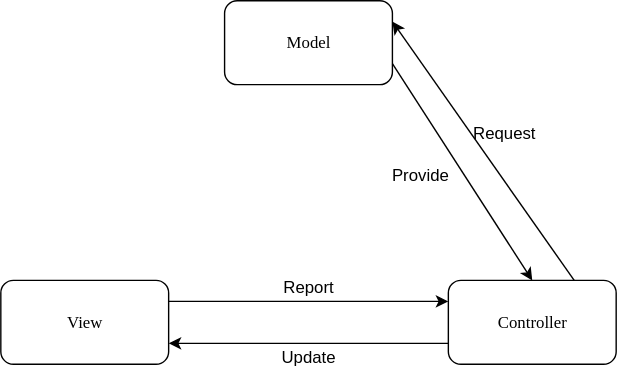
This is Writerside/images/MVC.svg from Zhen-LinHuo/era-engine-documents, a draw.io export, as it was before one commit. Source tidied: cells renumbered, new cells last; positions are measured from the earlier drawing's top-left corner, leaving out a move shared by most shapes.
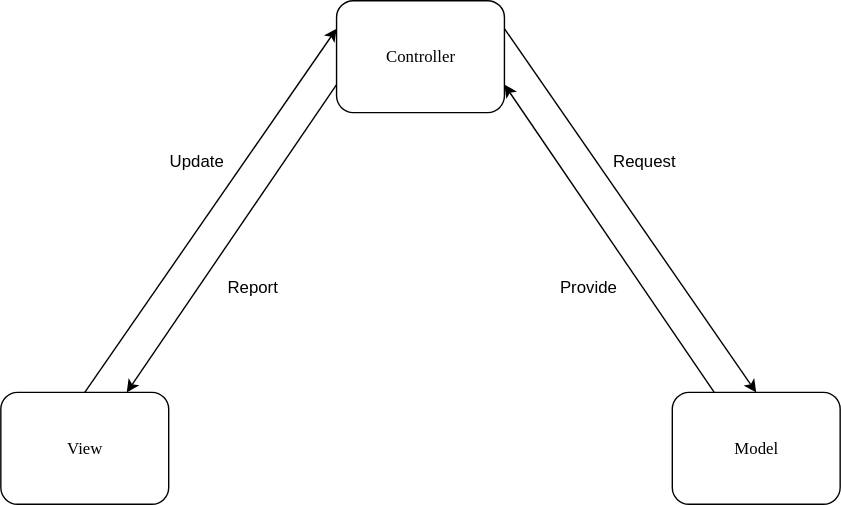
Above is the later version.

Commit message:
Update: Refine figures

Diff of the diagram source:
```diff
@@ -3,37 +3,37 @@
     <mxCell id="0" />
     <mxCell id="1" parent="0" />
     <mxCell id="2" value="Model" style="rounded=1;whiteSpace=wrap;html=1;fontFamily=Maple Mono Normal NF CN;" parent="1" vertex="1">
-      <mxGeometry x="160" width="120" height="60" as="geometry" />
+      <mxGeometry x="400" y="200" width="120" height="80" as="geometry" />
     </mxCell>
     <mxCell id="3" value="View" style="rounded=1;whiteSpace=wrap;html=1;fontFamily=Maple Mono Normal NF CN;" parent="1" vertex="1">
-      <mxGeometry y="200" width="120" height="60" as="geometry" />
+      <mxGeometry x="-80" y="200" width="120" height="80" as="geometry" />
     </mxCell>
     <mxCell id="4" value="Controller" style="rounded=1;whiteSpace=wrap;html=1;fontFamily=Maple Mono Normal NF CN;" parent="1" vertex="1">
-      <mxGeometry x="320" y="200" width="120" height="60" as="geometry" />
+      <mxGeometry x="160" y="-80" width="120" height="80" as="geometry" />
     </mxCell>
-    <mxCell id="5" style="endArrow=classic;html=1;rounded=0;exitX=1;exitY=0.25;exitDx=0;exitDy=0;entryX=0;entryY=0.25;entryDx=0;entryDy=0;" parent="1" edge="1" source="3" target="4">
+    <mxCell id="5" style="endArrow=classic;html=1;rounded=0;exitX=0.5;exitY=0;exitDx=0;exitDy=0;entryX=0;entryY=0.25;entryDx=0;entryDy=0;" parent="1" edge="1" source="3" target="4">
       <mxGeometry relative="1" as="geometry" />
     </mxCell>
-    <mxCell id="6" style="endArrow=classic;html=1;rounded=0;entryX=1;entryY=0.75;entryDx=0;entryDy=0;exitX=0;exitY=0.75;exitDx=0;exitDy=0;" parent="1" edge="1" source="4" target="3">
+    <mxCell id="6" style="endArrow=classic;html=1;rounded=0;entryX=0.75;entryY=0;entryDx=0;entryDy=0;exitX=0;exitY=0.75;exitDx=0;exitDy=0;" parent="1" edge="1" source="4" target="3">
       <mxGeometry relative="1" as="geometry" />
     </mxCell>
-    <mxCell id="7" style="endArrow=classic;html=1;rounded=0;exitX=0.75;exitY=0;exitDx=0;exitDy=0;entryX=1;entryY=0.25;entryDx=0;entryDy=0;" parent="1" edge="1" source="4" target="2">
+    <mxCell id="7" style="endArrow=classic;html=1;rounded=0;exitX=1;exitY=0.25;exitDx=0;exitDy=0;entryX=0.5;entryY=0;entryDx=0;entryDy=0;" parent="1" edge="1" source="4" target="2">
       <mxGeometry relative="1" as="geometry" />
     </mxCell>
-    <mxCell id="8" style="endArrow=classic;html=1;rounded=0;entryX=0.5;entryY=0;entryDx=0;entryDy=0;exitX=1;exitY=0.75;exitDx=0;exitDy=0;" parent="1" edge="1" source="2" target="4">
+    <mxCell id="8" style="endArrow=classic;html=1;rounded=0;entryX=1;entryY=0.75;entryDx=0;entryDy=0;exitX=0.25;exitY=0;exitDx=0;exitDy=0;" parent="1" edge="1" source="2" target="4">
       <mxGeometry relative="1" as="geometry" />
     </mxCell>
     <mxCell id="9" value="Report" style="text;html=1;align=center;verticalAlign=middle;whiteSpace=wrap;rounded=0;" parent="1" vertex="1">
-      <mxGeometry x="190" y="190" width="60" height="30" as="geometry" />
+      <mxGeometry x="70" y="110" width="60" height="30" as="geometry" />
     </mxCell>
     <mxCell id="10" value="Update" style="text;html=1;align=center;verticalAlign=middle;whiteSpace=wrap;rounded=0;" parent="1" vertex="1">
-      <mxGeometry x="190" y="240" width="60" height="30" as="geometry" />
+      <mxGeometry x="30" y="20" width="60" height="30" as="geometry" />
     </mxCell>
     <mxCell id="11" value="Request" style="text;html=1;align=center;verticalAlign=middle;whiteSpace=wrap;rounded=0;" parent="1" vertex="1">
-      <mxGeometry x="330" y="80" width="60" height="30" as="geometry" />
+      <mxGeometry x="350" y="20" width="60" height="30" as="geometry" />
     </mxCell>
     <mxCell id="12" value="Provide" style="text;html=1;align=center;verticalAlign=middle;whiteSpace=wrap;rounded=0;" parent="1" vertex="1">
-      <mxGeometry x="270" y="110" width="60" height="30" as="geometry" />
+      <mxGeometry x="310" y="110" width="60" height="30" as="geometry" />
     </mxCell>
   </root>
 </mxGraphModel>
```
